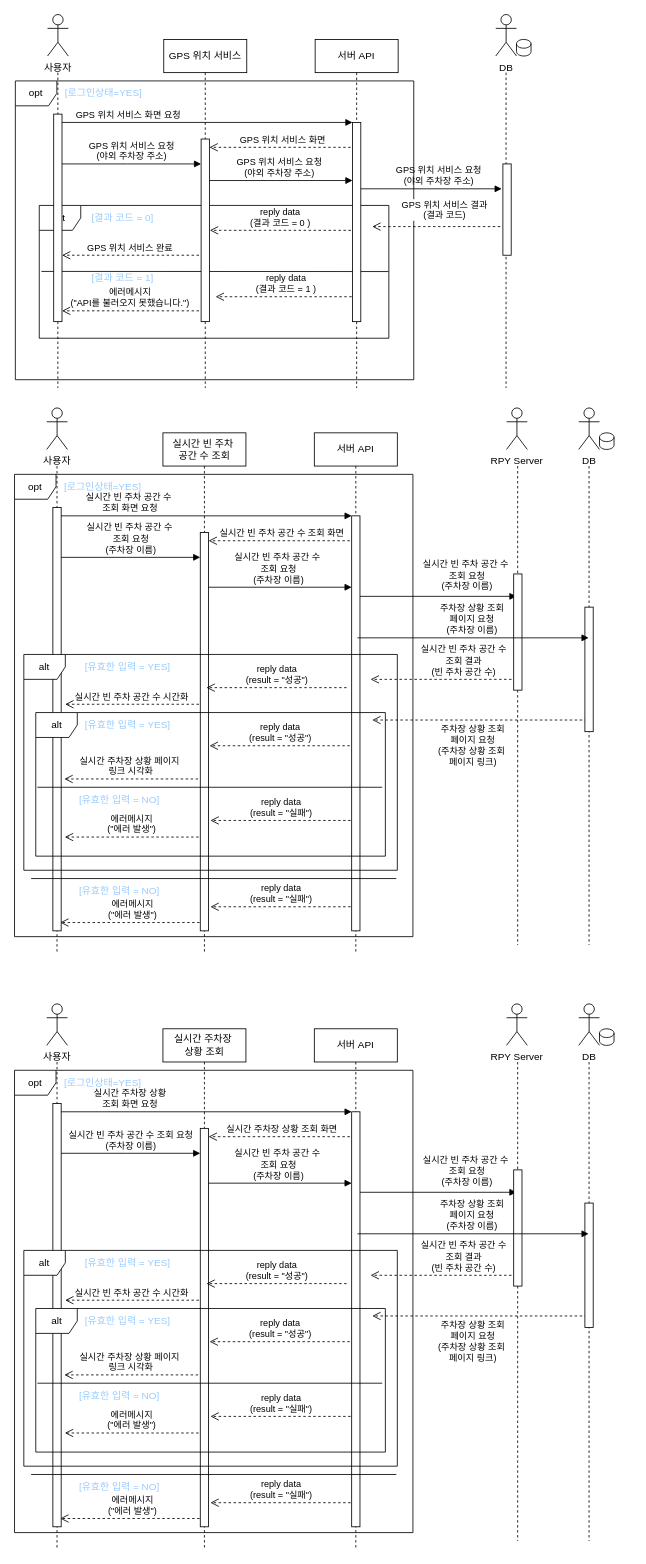
Earlier version of the draw.io diagram page "사용자 12, 13, 14" (1 of 4) of 시퀀스다이어그램 틀_opt.drawio (hyun10144/Lecture3-1). Source tidied: cells renumbered, new cells numbered last; positions are measured from the earlier drawing's top-left corner, leaving out a move shared by most shapes. Both pictures are drawn from the tidied source at 83%, with x=0, y=0 at pixel (14, 14).
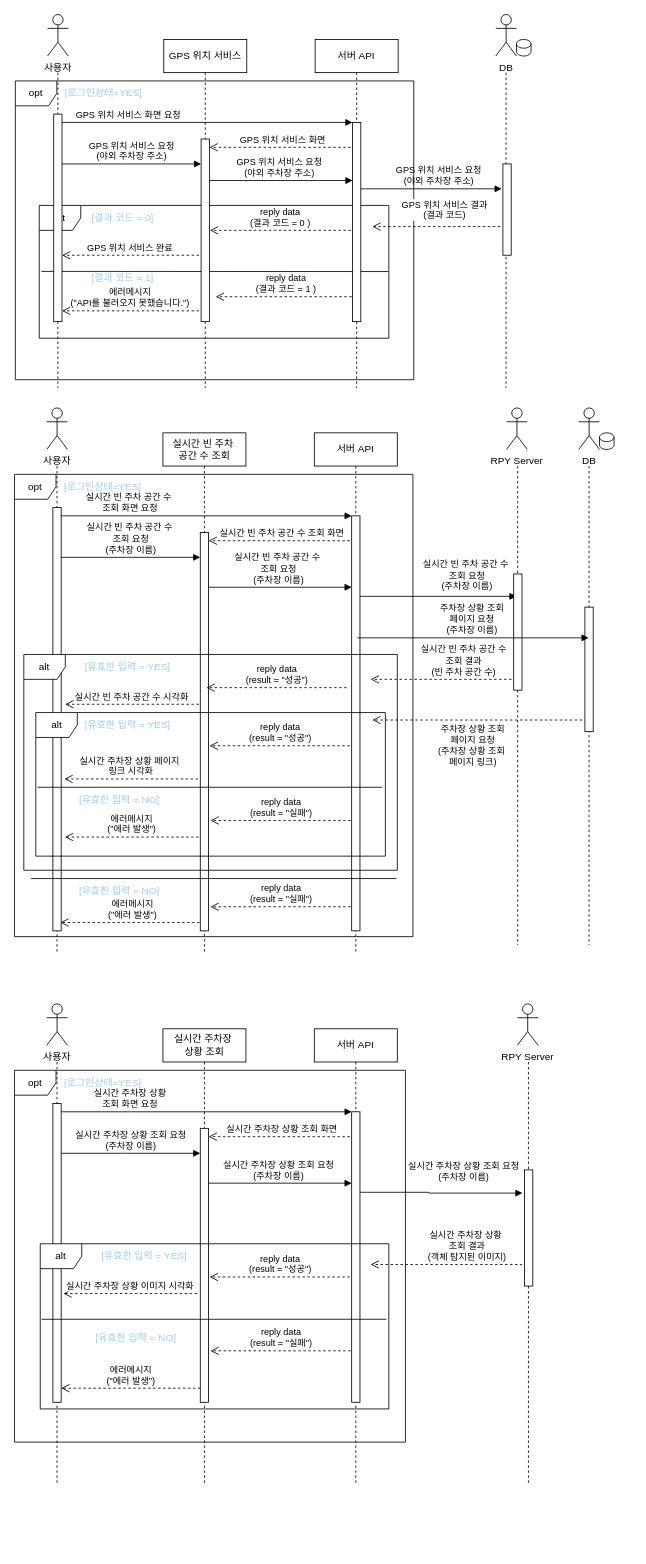
After the change.

The change refers to these unchanged cells:
```xml
<mxCell id="56" value="alt" style="shape=umlFrame;whiteSpace=wrap;html=1;width=50;height=30;" parent="1" vertex="1">
  <mxGeometry x="11.2" y="771" width="450" height="260" as="geometry" />
</mxCell>
```

Change to the diagram source:
```diff
@@
-    <mxCell id="57" value="실시간 빈 주차 공간 수 시간화" style="html=1;verticalAlign=bottom;endArrow=open;dashed=1;endSize=8;edgeStyle=elbowEdgeStyle;elbow=vertical;curved=0;rounded=0;" parent="56" edge="1">
+    <mxCell id="57" value="실시간 빈 주차 공간 수 시각화" style="html=1;verticalAlign=bottom;endArrow=open;dashed=1;endSize=8;edgeStyle=elbowEdgeStyle;elbow=vertical;curved=0;rounded=0;" parent="56" edge="1">
       <mxGeometry relative="1" as="geometry">
         <mxPoint x="211" y="60" as="sourcePoint" />
         <mxPoint x="49.8" y="60" as="targetPoint" />
         <Array as="points">
           <mxPoint x="136" y="60" />
         </Array>
       </mxGeometry>
     </mxCell>
@@
-    <mxCell id="69" value="에러메시지&lt;div&gt;(&quot;에러 발생&quot;)&lt;/div&gt;" style="html=1;verticalAlign=bottom;endArrow=open;dashed=1;endSize=8;edgeStyle=elbowEdgeStyle;elbow=vertical;curved=0;rounded=0;entryX=0.498;entryY=0.932;entryDx=0;entryDy=0;entryPerimeter=0;" parent="1" edge="1">
-      <mxGeometry relative="1" as="geometry">
-        <mxPoint x="229" y="1812" as="sourcePoint" />
-        <mxPoint x="55" y="1812.1" as="targetPoint" />
-        <Array as="points">
-          <mxPoint x="154" y="1812" />
-        </Array>
-      </mxGeometry>
-    </mxCell>
-    <mxCell id="70" value="주차장 상황 조회&lt;div&gt;페이지 요청&lt;div&gt;(주차장 상황 조회&amp;nbsp;&lt;/div&gt;&lt;div&gt;페이지 링크)&lt;/div&gt;&lt;/div&gt;" style="html=1;verticalAlign=bottom;endArrow=open;dashed=1;endSize=8;edgeStyle=elbowEdgeStyle;elbow=vertical;curved=0;rounded=0;" parent="1" edge="1">
-      <mxGeometry x="0.09" y="60" relative="1" as="geometry">
-        <mxPoint x="695.9" y="1568" as="sourcePoint" />
-        <mxPoint x="431" y="1568" as="targetPoint" />
-        <Array as="points">
-          <mxPoint x="575.6" y="1568" />
-        </Array>
-      </mxGeometry>
-    </mxCell>
-    <mxCell id="71" value="실시간 빈 주차 공간 수&lt;div&gt;조회 결과&lt;br&gt;&lt;div&gt;&lt;div&gt;(빈 주차 공간 수)&lt;/div&gt;&lt;/div&gt;&lt;/div&gt;" style="html=1;verticalAlign=bottom;endArrow=open;dashed=1;endSize=8;edgeStyle=elbowEdgeStyle;elbow=vertical;curved=0;rounded=0;" parent="1" edge="1">
+    <mxCell id="71" value="실시간 주차장 상황&amp;nbsp;&lt;div&gt;조회 결과&lt;br&gt;&lt;div&gt;&lt;div&gt;(객체 탐지된 이미지)&lt;/div&gt;&lt;/div&gt;&lt;/div&gt;" style="html=1;verticalAlign=bottom;endArrow=open;dashed=1;endSize=8;edgeStyle=elbowEdgeStyle;elbow=vertical;curved=0;rounded=0;" parent="1" edge="1">
       <mxGeometry x="-0.27" relative="1" as="geometry">
-        <mxPoint x="604.8" y="1519" as="sourcePoint" />
-        <mxPoint x="429" y="1519.5" as="targetPoint" />
+        <mxPoint x="611" y="1507" as="sourcePoint" />
+        <mxPoint x="429" y="1506.5" as="targetPoint" />
         <Array as="points">
-          <mxPoint x="508.2" y="1519" />
+          <mxPoint x="508.2" y="1506" />
         </Array>
       </mxGeometry>
     </mxCell>
-    <mxCell id="72" value="실시간 빈 주차 공간 수&amp;nbsp;&lt;div&gt;조회 요청&lt;/div&gt;&lt;div&gt;(주차장 이름)&lt;/div&gt;" style="html=1;verticalAlign=bottom;endArrow=block;edgeStyle=elbowEdgeStyle;elbow=horizontal;curved=0;rounded=0;" parent="1" edge="1">
-      <mxGeometry x="0.38" y="3" relative="1" as="geometry">
-        <mxPoint x="413.2" y="1419" as="sourcePoint" />
-        <mxPoint x="604.8" y="1419" as="targetPoint" />
+    <mxCell id="72" value="실시간 주차장 상황 조회 요청&lt;div&gt;(주차장 이름)&lt;/div&gt;" style="html=1;verticalAlign=bottom;endArrow=block;edgeStyle=elbowEdgeStyle;elbow=horizontal;curved=0;rounded=0;" parent="1" edge="1">
+      <mxGeometry x="0.29" y="10" relative="1" as="geometry">
+        <mxPoint x="414.2" y="1419" as="sourcePoint" />
+        <mxPoint x="612" y="1420" as="targetPoint" />
         <Array as="points">
-          <mxPoint x="498.2" y="1419" />
+          <mxPoint x="499.2" y="1419" />
         </Array>
       </mxGeometry>
     </mxCell>
-    <mxCell id="73" value="실시간 빈 주차 공간 수 조회 요청&lt;div&gt;(주차장 이름)&lt;br&gt;&lt;/div&gt;" style="html=1;verticalAlign=bottom;endArrow=block;edgeStyle=elbowEdgeStyle;elbow=vertical;curved=0;rounded=0;" parent="1" edge="1" target="81">
+    <mxCell id="73" value="실시간 주차장 상황 조회 요청&lt;div&gt;(주차장 이름)&lt;br&gt;&lt;/div&gt;" style="html=1;verticalAlign=bottom;endArrow=block;edgeStyle=elbowEdgeStyle;elbow=vertical;curved=0;rounded=0;" parent="1" edge="1" target="81">
       <mxGeometry x="0.04" relative="1" as="geometry">
         <mxPoint x="50" y="1372" as="sourcePoint" />
         <Array as="points">
           <mxPoint x="135" y="1372" />
         </Array>
       </mxGeometry>
     </mxCell>
@@
     <mxCell id="75" value="opt" style="shape=umlFrame;whiteSpace=wrap;html=1;width=50;height=30;" parent="1" vertex="1">
-      <mxGeometry y="1272" width="480" height="557" as="geometry" />
+      <mxGeometry y="1272" width="471" height="448" as="geometry" />
     </mxCell>
-    <mxCell id="76" value="실시간 빈 주차 공간 수&amp;nbsp;&lt;div&gt;조회 요청&lt;/div&gt;&lt;div&gt;(주차장 이름)&lt;/div&gt;" style="html=1;verticalAlign=bottom;endArrow=block;edgeStyle=elbowEdgeStyle;elbow=horizontal;curved=0;rounded=0;" parent="75" edge="1">
+    <mxCell id="76" value="실시간 주차장 상황 조회 요청&lt;div&gt;(주차장 이름)&lt;/div&gt;" style="html=1;verticalAlign=bottom;endArrow=block;edgeStyle=elbowEdgeStyle;elbow=horizontal;curved=0;rounded=0;" parent="75" edge="1">
       <mxGeometry relative="1" as="geometry">
         <mxPoint x="230" y="136" as="sourcePoint" />
         <mxPoint x="406.2" y="136" as="targetPoint" />
         <Array as="points">
           <mxPoint x="315" y="136" />
         </Array>
       </mxGeometry>
     </mxCell>
@@
-    <mxCell id="79" value="&lt;span style=&quot;color: rgb(153, 204, 255);&quot;&gt;[유효한 입력 = NO]&lt;/span&gt;" style="text;html=1;align=center;verticalAlign=middle;strokeColor=none;fillColor=none;" parent="75" vertex="1">
-      <mxGeometry x="61" y="487" width="130" height="30" as="geometry" />
-    </mxCell>
     <mxCell id="80" value="실시간 주차장&amp;nbsp;&lt;div&gt;상황 조회&lt;/div&gt;" style="shape=umlLifeline;perimeter=lifelinePerimeter;whiteSpace=wrap;html=1;newEdgeStyle={&quot;edgeStyle&quot;:&quot;elbowEdgeStyle&quot;,&quot;elbow&quot;:&quot;vertical&quot;,&quot;curved&quot;:0,&quot;rounded&quot;:0};" parent="1" vertex="1">
-      <mxGeometry x="178.8" y="1222" width="100" height="627" as="geometry" />
+      <mxGeometry x="178.8" y="1222" width="100" height="548" as="geometry" />
     </mxCell>
     <mxCell id="81" style="html=1;points=[];perimeter=orthogonalPerimeter;outlineConnect=0;targetShapes=umlLifeline;portConstraint=eastwest;newEdgeStyle={&quot;edgeStyle&quot;:&quot;elbowEdgeStyle&quot;,&quot;elbow&quot;:&quot;vertical&quot;,&quot;curved&quot;:0,&quot;rounded&quot;:0};" parent="80" vertex="1">
-      <mxGeometry x="45" y="120" width="10" height="480" as="geometry" />
+      <mxGeometry x="45" y="120" width="10" height="330" as="geometry" />
     </mxCell>
@@
     <mxCell id="83" style="shape=umlLifeline;perimeter=lifelinePerimeter;whiteSpace=wrap;html=1;newEdgeStyle={&quot;edgeStyle&quot;:&quot;elbowEdgeStyle&quot;,&quot;elbow&quot;:&quot;vertical&quot;,&quot;curved&quot;:0,&quot;rounded&quot;:0};size=0;" parent="1" vertex="1">
-      <mxGeometry x="1.2" y="1262" width="100" height="587" as="geometry" />
+      <mxGeometry x="1.2" y="1262" width="100" height="508" as="geometry" />
     </mxCell>
     <mxCell id="84" style="html=1;points=[];perimeter=orthogonalPerimeter;outlineConnect=0;targetShapes=umlLifeline;portConstraint=eastwest;newEdgeStyle={&quot;edgeStyle&quot;:&quot;elbowEdgeStyle&quot;,&quot;elbow&quot;:&quot;vertical&quot;,&quot;curved&quot;:0,&quot;rounded&quot;:0};" parent="83" vertex="1">
-      <mxGeometry x="45" y="50" width="10" height="510" as="geometry" />
+      <mxGeometry x="45" y="50" width="10" height="360" as="geometry" />
     </mxCell>
     <mxCell id="85" value="서버 API" style="shape=umlLifeline;perimeter=lifelinePerimeter;whiteSpace=wrap;html=1;newEdgeStyle={&quot;edgeStyle&quot;:&quot;elbowEdgeStyle&quot;,&quot;elbow&quot;:&quot;vertical&quot;,&quot;curved&quot;:0,&quot;rounded&quot;:0};" parent="1" vertex="1">
-      <mxGeometry x="361.2" y="1222" width="100" height="627" as="geometry" />
+      <mxGeometry x="361.2" y="1222" width="100" height="548" as="geometry" />
     </mxCell>
     <mxCell id="86" style="html=1;points=[];perimeter=orthogonalPerimeter;outlineConnect=0;targetShapes=umlLifeline;portConstraint=eastwest;newEdgeStyle={&quot;edgeStyle&quot;:&quot;elbowEdgeStyle&quot;,&quot;elbow&quot;:&quot;vertical&quot;,&quot;curved&quot;:0,&quot;rounded&quot;:0};" parent="85" vertex="1">
-      <mxGeometry x="45" y="100" width="10" height="500" as="geometry" />
+      <mxGeometry x="45" y="100" width="10" height="350" as="geometry" />
     </mxCell>
     <mxCell id="87" style="shape=umlLifeline;perimeter=lifelinePerimeter;whiteSpace=wrap;html=1;newEdgeStyle={&quot;edgeStyle&quot;:&quot;elbowEdgeStyle&quot;,&quot;elbow&quot;:&quot;vertical&quot;,&quot;curved&quot;:0,&quot;rounded&quot;:0};size=0;" parent="1" vertex="1">
-      <mxGeometry x="556.2" y="1262" width="100" height="577" as="geometry" />
+      <mxGeometry x="569.2" y="1262" width="100" height="508" as="geometry" />
     </mxCell>
@@
     <mxCell id="89" value="RPY Server" style="shape=umlActor;verticalLabelPosition=bottom;verticalAlign=top;html=1;" parent="1" vertex="1">
-      <mxGeometry x="592.8" y="1192" width="25" height="50" as="geometry" />
+      <mxGeometry x="605.8" y="1192" width="25" height="50" as="geometry" />
     </mxCell>
-    <mxCell id="90" style="shape=umlLifeline;perimeter=lifelinePerimeter;whiteSpace=wrap;html=1;outlineConnect=0;portConstraint=eastwest;newEdgeStyle={&quot;edgeStyle&quot;:&quot;elbowEdgeStyle&quot;,&quot;elbow&quot;:&quot;vertical&quot;,&quot;curved&quot;:0,&quot;rounded&quot;:0};size=0;" parent="1" vertex="1">
-      <mxGeometry x="642.2" y="1262" width="100" height="577" as="geometry" />
-    </mxCell>
-    <mxCell id="91" style="html=1;perimeter=orthogonalPerimeter;targetShapes=umlLifeline;newEdgeStyle={&quot;edgeStyle&quot;:&quot;elbowEdgeStyle&quot;,&quot;elbow&quot;:&quot;vertical&quot;,&quot;curved&quot;:0,&quot;rounded&quot;:0};" parent="90" vertex="1">
-      <mxGeometry x="45" y="170" width="10" height="150" as="geometry" />
-    </mxCell>
-    <mxCell id="92" style="shape=cylinder3;whiteSpace=wrap;html=1;boundedLbl=1;backgroundOutline=1;size=5.277760823567782;" parent="1" vertex="1">
-      <mxGeometry x="704.8" y="1222" width="17.5" height="20" as="geometry" />
-    </mxCell>
-    <mxCell id="93" value="DB" style="shape=umlActor;verticalLabelPosition=bottom;verticalAlign=top;html=1;" parent="1" vertex="1">
-      <mxGeometry x="679.8" y="1192" width="25" height="50" as="geometry" />
-    </mxCell>
-    <mxCell id="94" value="주차장 상황 조회&lt;div&gt;페이지 요청&lt;div&gt;&lt;div&gt;(주차장 이름)&lt;/div&gt;&lt;/div&gt;&lt;/div&gt;" style="html=1;verticalAlign=bottom;endArrow=block;edgeStyle=elbowEdgeStyle;elbow=horizontal;curved=0;rounded=0;" parent="1" edge="1" target="90">
-      <mxGeometry x="-0.01" relative="1" as="geometry">
-        <mxPoint x="413.2" y="1469" as="sourcePoint" />
-        <Array as="points">
-          <mxPoint x="498.2" y="1469" />
-        </Array>
-      </mxGeometry>
-    </mxCell>
-    <mxCell id="95" style="endArrow=none;html=1;rounded=0;" parent="1" edge="1">
-      <mxGeometry relative="1" as="geometry">
-        <mxPoint x="20" y="1759" as="sourcePoint" />
-        <mxPoint x="460" y="1759" as="targetPoint" />
-      </mxGeometry>
-    </mxCell>
     <mxCell id="96" value="alt" style="shape=umlFrame;whiteSpace=wrap;html=1;width=50;height=30;" parent="1" vertex="1">
-      <mxGeometry x="11.2" y="1489" width="450" height="260" as="geometry" />
+      <mxGeometry x="31" y="1481" width="420" height="199" as="geometry" />
     </mxCell>
+    <mxCell id="69" value="에러메시지&lt;div&gt;(&quot;에러 발생&quot;)&lt;/div&gt;" style="html=1;verticalAlign=bottom;endArrow=open;dashed=1;endSize=8;edgeStyle=elbowEdgeStyle;elbow=vertical;curved=0;rounded=0;" parent="96" edge="1" target="84">
+      <mxGeometry relative="1" as="geometry">
+        <mxPoint x="193" y="174" as="sourcePoint" />
+      </mxGeometry>
+    </mxCell>
-    <mxCell id="97" value="실시간 빈 주차 공간 수 시간화" style="html=1;verticalAlign=bottom;endArrow=open;dashed=1;endSize=8;edgeStyle=elbowEdgeStyle;elbow=vertical;curved=0;rounded=0;" parent="96" edge="1">
+    <mxCell id="97" value="실시간 주차장 상황 이미지 시각화" style="html=1;verticalAlign=bottom;endArrow=open;dashed=1;endSize=8;edgeStyle=elbowEdgeStyle;elbow=vertical;curved=0;rounded=0;" parent="96" edge="1">
       <mxGeometry relative="1" as="geometry">
-        <mxPoint x="211" y="60" as="sourcePoint" />
-        <mxPoint x="49.8" y="60" as="targetPoint" />
+        <mxPoint x="189" y="60" as="sourcePoint" />
+        <mxPoint x="27.8" y="60" as="targetPoint" />
         <Array as="points">
-          <mxPoint x="136" y="60" />
+          <mxPoint x="114" y="60" />
         </Array>
       </mxGeometry>
     </mxCell>
@@
     <mxCell id="99" value="reply data&lt;div&gt;(result = &quot;성공&quot;)&lt;/div&gt;" style="html=1;verticalAlign=bottom;endArrow=open;dashed=1;endSize=8;edgeStyle=elbowEdgeStyle;elbow=vertical;curved=0;rounded=0;" parent="96" edge="1">
       <mxGeometry relative="1" as="geometry">
-        <mxPoint x="388.9" y="40" as="sourcePoint" />
-        <mxPoint x="220" y="40" as="targetPoint" />
+        <mxPoint x="372.9" y="40" as="sourcePoint" />
+        <mxPoint x="204" y="40" as="targetPoint" />
         <Array as="points">
-          <mxPoint x="313.9" y="40" />
+          <mxPoint x="297.9" y="40" />
         </Array>
       </mxGeometry>
     </mxCell>
-    <mxCell id="100" value="alt" style="shape=umlFrame;whiteSpace=wrap;html=1;width=50;height=30;" parent="96" vertex="1">
-      <mxGeometry x="14.4" y="70" width="421.2" height="173" as="geometry" />
-    </mxCell>
-    <mxCell id="101" value="&lt;span style=&quot;color: rgb(153, 204, 255);&quot;&gt;[유효한 입력 = YES]&lt;/span&gt;" style="text;html=1;align=center;verticalAlign=middle;strokeColor=none;fillColor=none;" parent="100" vertex="1">
-      <mxGeometry x="45.4" width="130" height="30" as="geometry" />
-    </mxCell>
-    <mxCell id="102" value="reply data&lt;div&gt;(result = &quot;성공&quot;)&lt;/div&gt;" style="html=1;verticalAlign=bottom;endArrow=open;dashed=1;endSize=8;edgeStyle=elbowEdgeStyle;elbow=vertical;curved=0;rounded=0;" parent="100" edge="1">
-      <mxGeometry relative="1" as="geometry">
-        <mxPoint x="378.3" y="40" as="sourcePoint" />
-        <mxPoint x="209.4" y="40" as="targetPoint" />
-        <Array as="points">
-          <mxPoint x="303.3" y="40" />
-        </Array>
-      </mxGeometry>
-    </mxCell>
-    <mxCell id="103" value="에러메시지&lt;div&gt;(&quot;에러 발생&quot;)&lt;/div&gt;" style="html=1;verticalAlign=bottom;endArrow=open;dashed=1;endSize=8;edgeStyle=elbowEdgeStyle;elbow=vertical;curved=0;rounded=0;" parent="100" edge="1">
-      <mxGeometry relative="1" as="geometry">
-        <mxPoint x="196.2" y="150" as="sourcePoint" />
-        <mxPoint x="35" y="150" as="targetPoint" />
-        <Array as="points">
-          <mxPoint x="121.3" y="150" />
-        </Array>
-      </mxGeometry>
-    </mxCell>
-    <mxCell id="104" value="실시간 주차장 상황 페이지&amp;nbsp;&lt;div&gt;링크 시각화&lt;/div&gt;" style="html=1;verticalAlign=bottom;endArrow=open;dashed=1;endSize=8;edgeStyle=elbowEdgeStyle;elbow=vertical;curved=0;rounded=0;" parent="100" edge="1">
-      <mxGeometry relative="1" as="geometry">
-        <mxPoint x="195.6" y="80" as="sourcePoint" />
-        <mxPoint x="34.4" y="80" as="targetPoint" />
-        <Array as="points">
-          <mxPoint x="120.6" y="80" />
-        </Array>
-      </mxGeometry>
-    </mxCell>
-    <mxCell id="105" value="&lt;span style=&quot;color: rgb(153, 204, 255);&quot;&gt;[유효한 입력 = NO]&lt;/span&gt;" style="text;html=1;align=center;verticalAlign=middle;strokeColor=none;fillColor=none;" parent="100" vertex="1">
-      <mxGeometry x="35.4" y="90" width="130" height="30" as="geometry" />
-    </mxCell>
-    <mxCell id="106" value="reply data&lt;div&gt;(result = &quot;실패&quot;)&lt;/div&gt;" style="html=1;verticalAlign=bottom;endArrow=open;dashed=1;endSize=8;edgeStyle=elbowEdgeStyle;elbow=vertical;curved=0;rounded=0;" parent="100" edge="1">
-      <mxGeometry relative="1" as="geometry">
-        <mxPoint x="379.3" y="130" as="sourcePoint" />
-        <mxPoint x="210.4" y="130" as="targetPoint" />
-        <Array as="points">
-          <mxPoint x="304.3" y="130" />
-        </Array>
-      </mxGeometry>
-    </mxCell>
+    <mxCell id="79" value="&lt;span style=&quot;color: rgb(153, 204, 255);&quot;&gt;[유효한 입력 = NO]&lt;/span&gt;" style="text;html=1;align=center;verticalAlign=middle;strokeColor=none;fillColor=none;" parent="96" vertex="1">
+      <mxGeometry x="50" y="99" width="130" height="30" as="geometry" />
+    </mxCell>
-    <mxCell id="107" value="reply data&lt;div&gt;(result = &quot;실패&quot;)&lt;/div&gt;" style="html=1;verticalAlign=bottom;endArrow=open;dashed=1;endSize=8;edgeStyle=elbowEdgeStyle;elbow=vertical;curved=0;rounded=0;" parent="1" edge="1">
+    <mxCell id="107" value="reply data&lt;div&gt;(result = &quot;실패&quot;)&lt;/div&gt;" style="html=1;verticalAlign=bottom;endArrow=open;dashed=1;endSize=8;edgeStyle=elbowEdgeStyle;elbow=vertical;curved=0;rounded=0;" parent="96" edge="1">
       <mxGeometry relative="1" as="geometry">
-        <mxPoint x="404.9" y="1793" as="sourcePoint" />
-        <mxPoint x="236" y="1793" as="targetPoint" />
+        <mxPoint x="373.9" y="129" as="sourcePoint" />
+        <mxPoint x="205" y="129" as="targetPoint" />
         <Array as="points">
-          <mxPoint x="329.9" y="1793" />
+          <mxPoint x="298.9" y="129" />
         </Array>
       </mxGeometry>
     </mxCell>
     <mxCell id="108" style="endArrow=none;html=1;rounded=0;" parent="1" edge="1">
       <mxGeometry relative="1" as="geometry">
-        <mxPoint x="27.6" y="1649" as="sourcePoint" />
-        <mxPoint x="443" y="1649" as="targetPoint" />
+        <mxPoint x="32.6" y="1572" as="sourcePoint" />
+        <mxPoint x="448" y="1572" as="targetPoint" />
       </mxGeometry>
     </mxCell>
```
